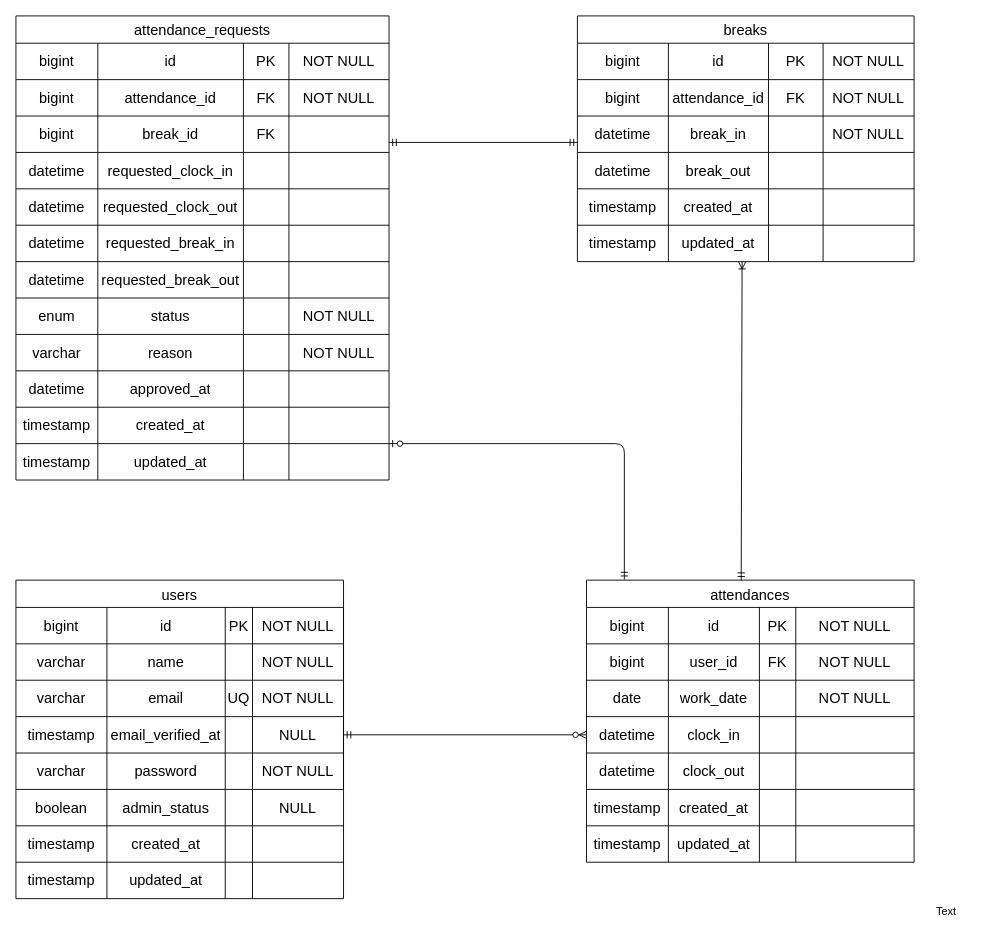
Earlier version of the draw.io diagram docs/er.drawio (shinichi-ushioda/coachtech-timekeeper). Source tidied: cells renumbered, new cells numbered last; positions are measured from the earlier drawing's top-left corner, leaving out a move shared by most shapes. Both pictures are drawn from the tidied source at 91%, with x=0, y=0 at pixel (15, 15).
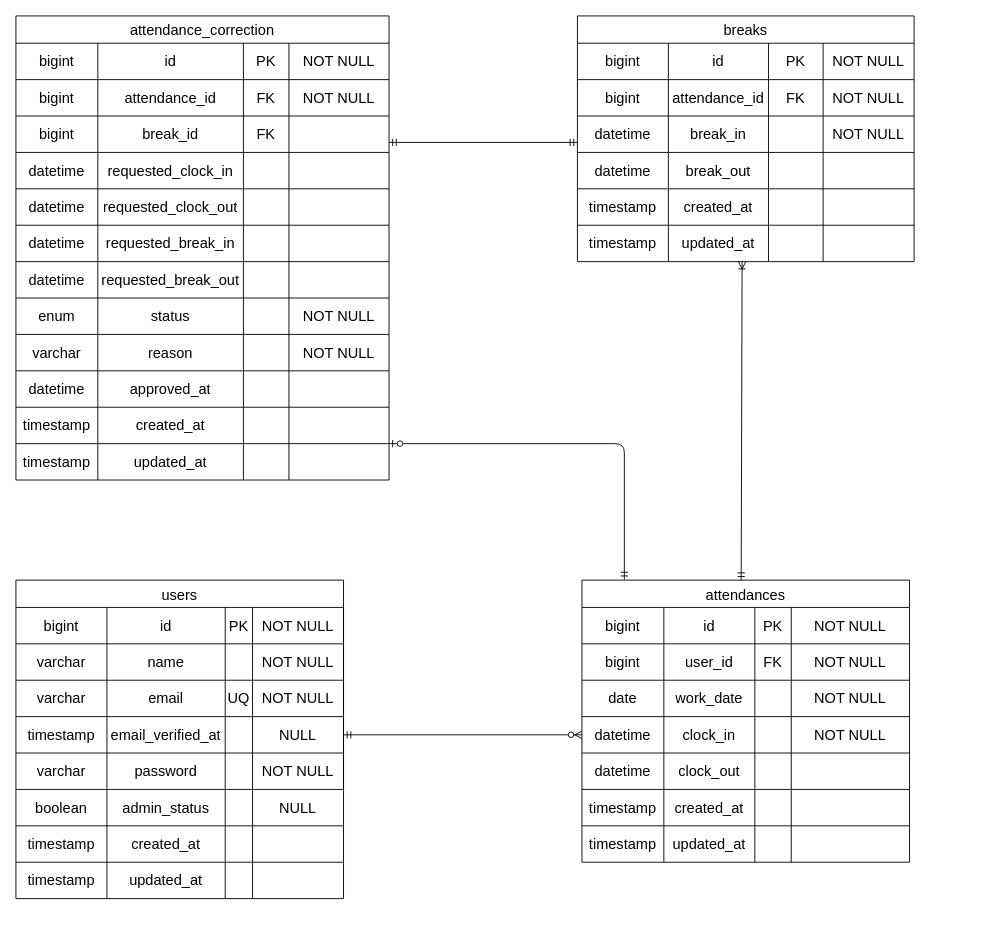
Above is the later version.

The change refers to these unchanged cells:
```xml
<mxCell id="18" style="shape=tableRow;horizontal=0;startSize=0;swimlaneHead=0;swimlaneBody=0;strokeColor=inherit;top=0;left=0;bottom=0;right=0;fillColor=none;points=[[0,0.5],[1,0.5]];portConstraint=eastwest;fontSize=16;" parent="2" vertex="1">
  <mxGeometry y="150" width="360" height="40" as="geometry" />
</mxCell>
```

What changed in the source:
```diff
@@
     <mxCell id="2" value="attendances" style="shape=table;startSize=30;childLayout=tableLayout;strokeColor=default;fontSize=16;" parent="1" vertex="1">
-      <mxGeometry x="627" y="620" width="360" height="310" as="geometry" />
+      <mxGeometry x="622" y="620" width="360" height="310" as="geometry" />
     </mxCell>
@@
-    <mxCell id="22" style="shape=partialRectangle;html=1;whiteSpace=wrap;strokeColor=inherit;overflow=hidden;fillColor=none;top=0;left=0;bottom=0;right=0;fontSize=16;" parent="18" vertex="1">
+    <mxCell id="22" value="&lt;span style=&quot;color: rgb(0, 0, 0);&quot;&gt;NOT NULL&lt;/span&gt;" style="shape=partialRectangle;html=1;whiteSpace=wrap;strokeColor=inherit;overflow=hidden;fillColor=none;top=0;left=0;bottom=0;right=0;fontSize=16;" parent="18" vertex="1">
       <mxGeometry x="230" width="130" height="40" as="geometry" />
     </mxCell>
@@
-    <mxCell id="38" value="attendance_requests" style="shape=table;startSize=30;childLayout=tableLayout;strokeColor=default;fontSize=16;" parent="1" vertex="1">
+    <mxCell id="38" value="attendance_correction" style="shape=table;startSize=30;childLayout=tableLayout;strokeColor=default;fontSize=16;" parent="1" vertex="1">
       <mxGeometry width="410" height="510" as="geometry" />
     </mxCell>
@@
-    <mxCell id="175" value="Text" style="text;html=1;align=center;verticalAlign=middle;strokeColor=none;fillColor=none;" parent="1" vertex="1">
-      <mxGeometry x="997" y="970" width="50" height="30" as="geometry" />
-    </mxCell>
```
